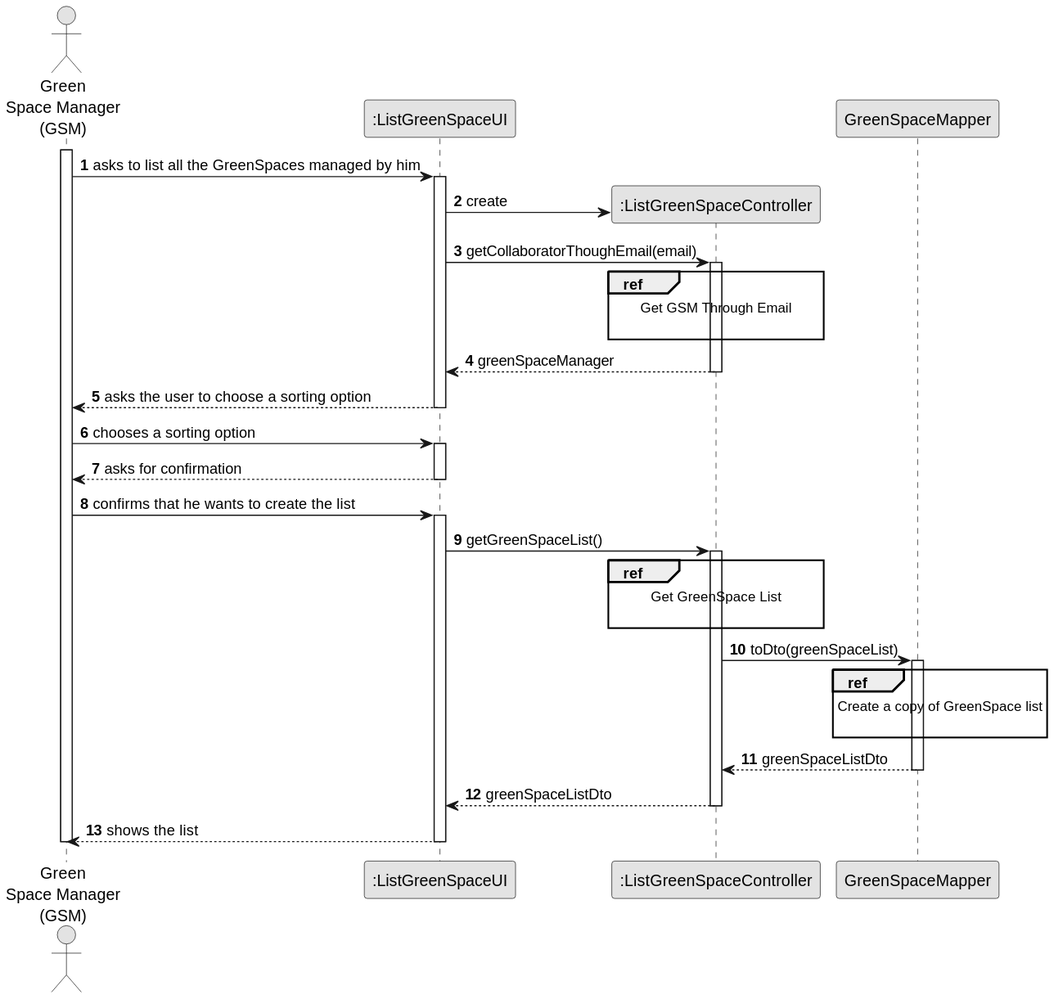
This is docs/sprintC/us027/03.design/svg/us027-sequence-diagram-split.svg from diogoveirospro/lei-24-s2-1dg-g072, a PlantUML export, as it was before one commit.
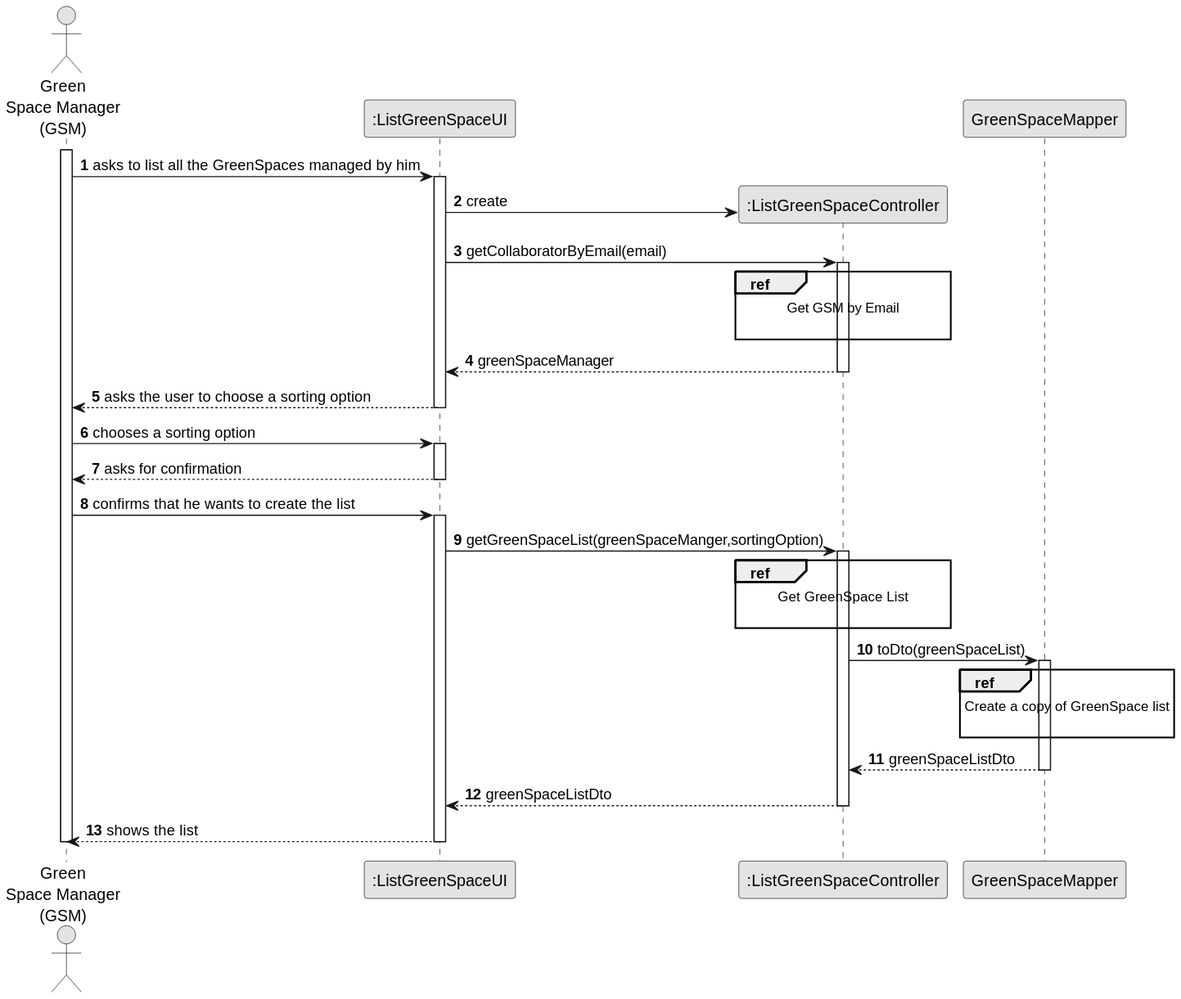
Above is the later version.

Change to the diagram source:
```diff
@@ -19,11 +19,11 @@
 
                 UI -> CTRL** : create
 
-                UI -> CTRL : getCollaboratorThoughEmail(email)
+                UI -> CTRL : getCollaboratorByEmail(email)
 
                     activate CTRL
                         ref over CTRL
-                            Get GSM Through Email
+                            Get GSM by Email
 
                         end
                         CTRL --> UI :greenSpaceManager
@@ -41,7 +41,7 @@
         activate UI
 
 
-            UI -> CTRL : getGreenSpaceList()
+            UI -> CTRL : getGreenSpaceList(greenSpaceManger,sortingOption)
             activate CTRL
                     ref over CTRL
                             Get GreenSpace List
```
